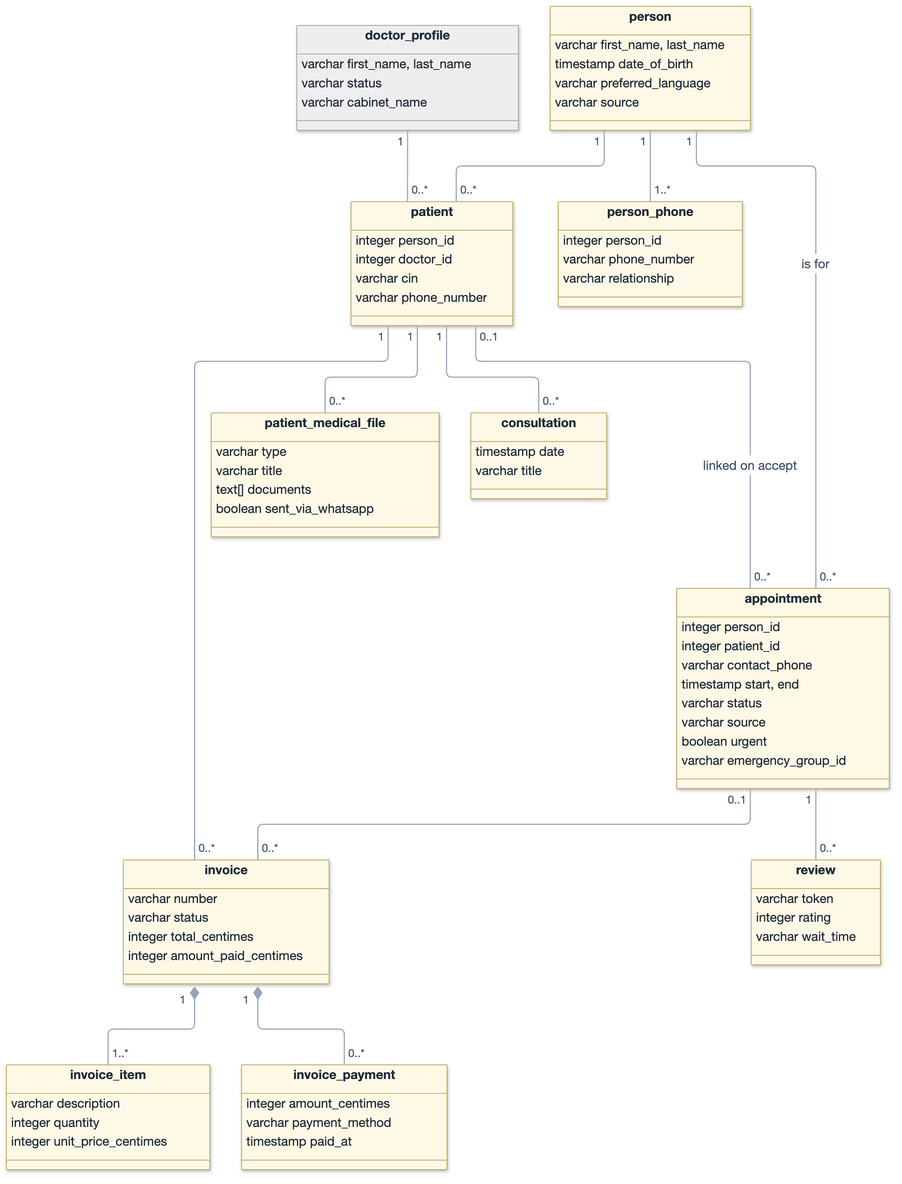
Before: images/diagrams/class_diagram_people_care.png, a diagram exported from Mermaid (AtriOmar/riaya-report). Its source is kept beside it as images/diagrams/src/class_diagram_people_care.mmd.
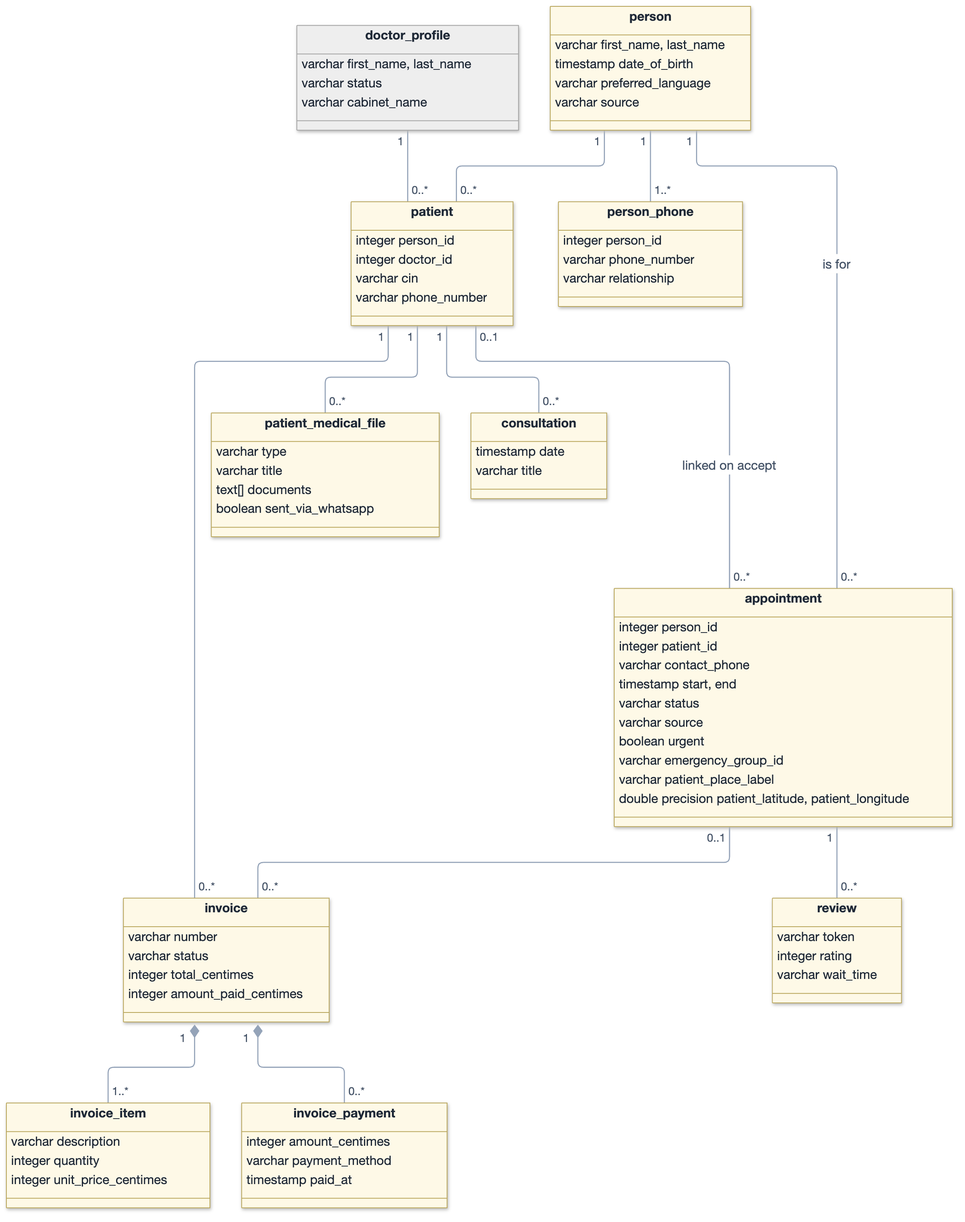
After the change.

Commit message:
Describe the last booking place in the data model, the call flow and the search

Diff of the diagram source:
```diff
@@ -32,6 +32,8 @@
   varchar source
   boolean urgent
   varchar emergency_group_id
+  varchar patient_place_label
+  double precision patient_latitude, patient_longitude
 }
 class review {
   varchar token
```
